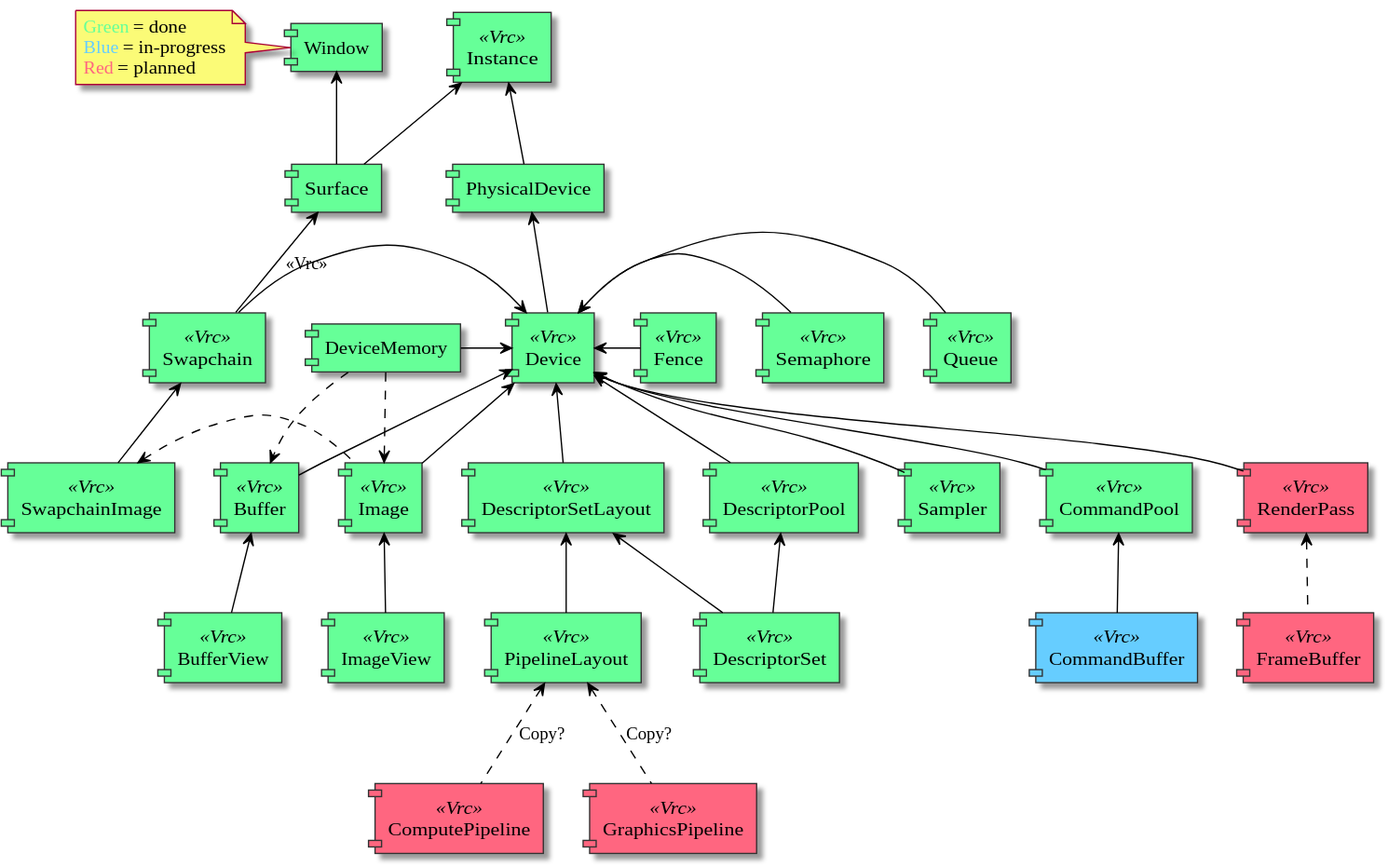
vulkayes/vulkayes-thesis keeps this PlantUML diagram as assets/diagrams/object_dependency_graph.svg. Above is the earlier version.
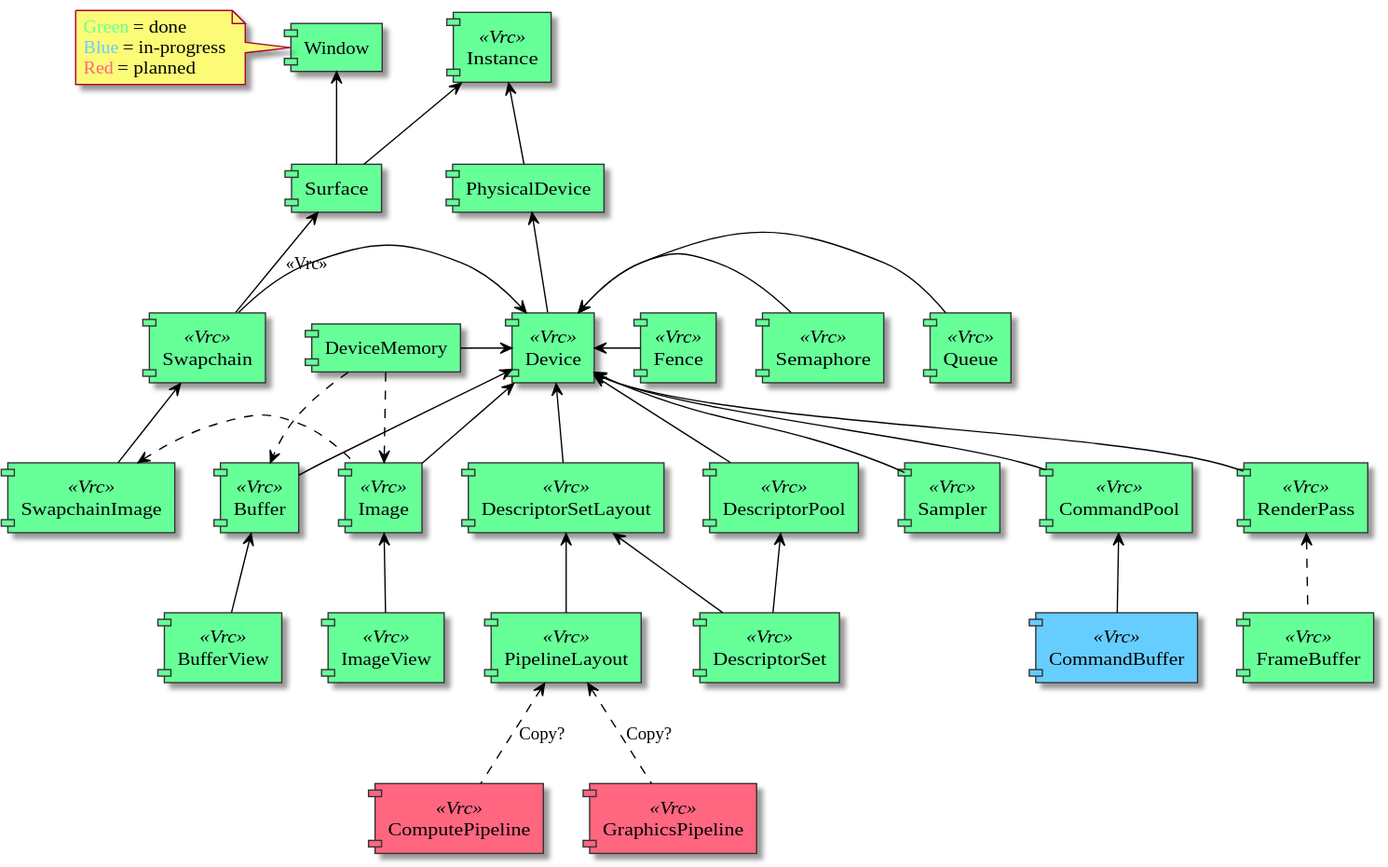
After the commit.

Commit message:
finish render pass and framebuffer

The edit, as a diff of the source:
```diff
@@ -38,8 +38,8 @@
 component [CommandPool] <<Vrc>> #66FF98
 component [CommandBuffer] <<Vrc>> #66CDFF
 
-component [RenderPass] <<Vrc>> #FF6680
-component [FrameBuffer] <<Vrc>> #FF6680
+component [RenderPass] <<Vrc>> #66FF98
+component [FrameBuffer] <<Vrc>> #66FF98
 component [ComputePipeline] <<Vrc>> #FF6680
 component [GraphicsPipeline] <<Vrc>> #FF6680
 
```
